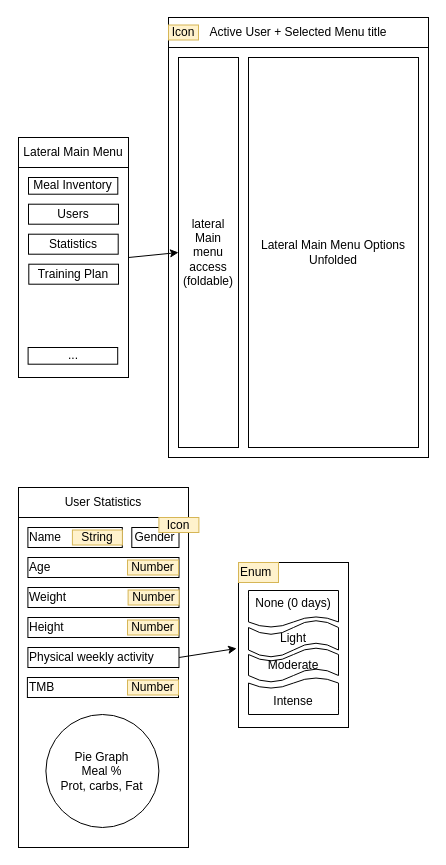
This is appDiagram.drawio from LMDElectronics/MyFitApp, a draw.io file, before an edit. Source tidied: cells renumbered, new cells numbered last; positions are measured from the earlier drawing's top-left corner, leaving out a move shared by most shapes. Both pictures are drawn from the tidied source at 100%, with x=0, y=0 at pixel (18, 17).
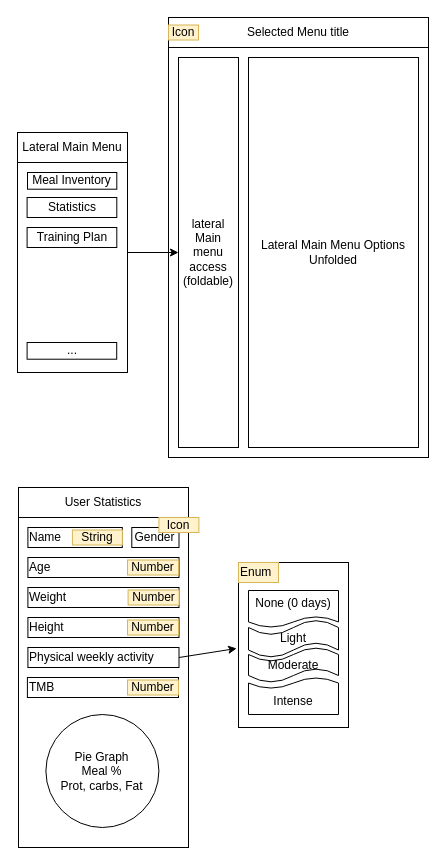
The same page after the edit.

What changed in the source:
```diff
@@
-    <mxCell id="6" value="Active User + Selected Menu title" style="rounded=0;whiteSpace=wrap;html=1;" parent="1" vertex="1">
+    <mxCell id="6" value="Selected Menu title" style="rounded=0;whiteSpace=wrap;html=1;" parent="1" vertex="1">
       <mxGeometry x="150" width="260" height="30" as="geometry" />
     </mxCell>
@@
     <mxCell id="10" style="group;" parent="1" vertex="1">
-      <mxGeometry y="120" width="110" height="240" as="geometry" />
+      <mxGeometry x="-1" y="115" width="110" height="240" as="geometry" />
     </mxCell>
@@
-    <mxCell id="13" value="Users" style="rounded=0;whiteSpace=wrap;html=1;" parent="10" vertex="1">
-      <mxGeometry x="10" y="66.7" width="90" height="20" as="geometry" />
-    </mxCell>
     <mxCell id="14" value="Statistics" style="rounded=0;whiteSpace=wrap;html=1;" parent="10" vertex="1">
-      <mxGeometry x="10" y="96.7" width="89.7" height="20" as="geometry" />
+      <mxGeometry x="9.6" y="65" width="89.7" height="20" as="geometry" />
     </mxCell>
@@
     <mxCell id="17" value="Training Plan" style="rounded=0;whiteSpace=wrap;html=1;align=center;" parent="10" vertex="1">
-      <mxGeometry x="10.3" y="126.7" width="89.7" height="20" as="geometry" />
+      <mxGeometry x="9.6" y="95" width="89.7" height="20" as="geometry" />
     </mxCell>
```
